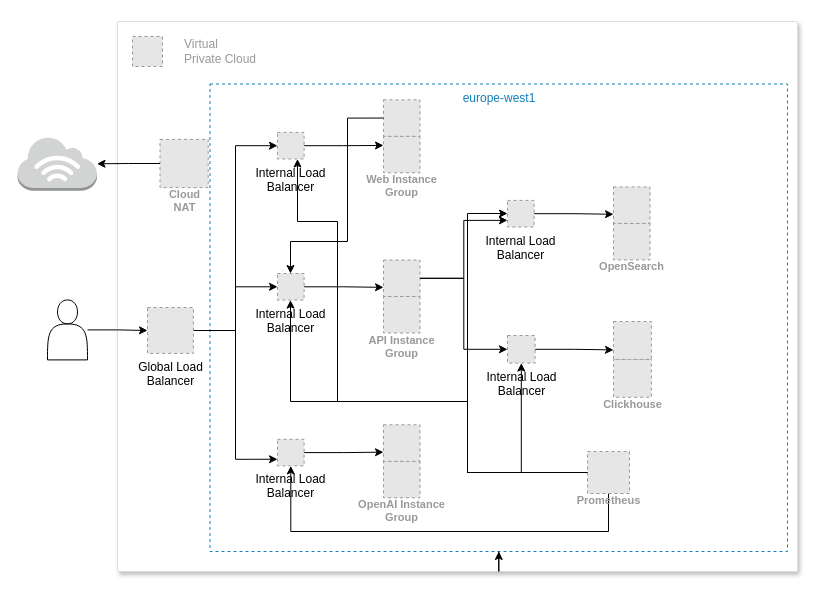
The draw.io diagram docs/img/open_targets_platform_infrastructure.drawio in opentargets/terraform-google-opentargets-platform, before the edit. Source tidied: cells renumbered, new cells numbered last; positions are measured from the earlier drawing's top-left corner, leaving out a move shared by most shapes. Both pictures are drawn from the tidied source at 100%, with x=0, y=0 at pixel (17, 21). Pictures stored in the file or linked from it are replaced by grey dashed boxes.
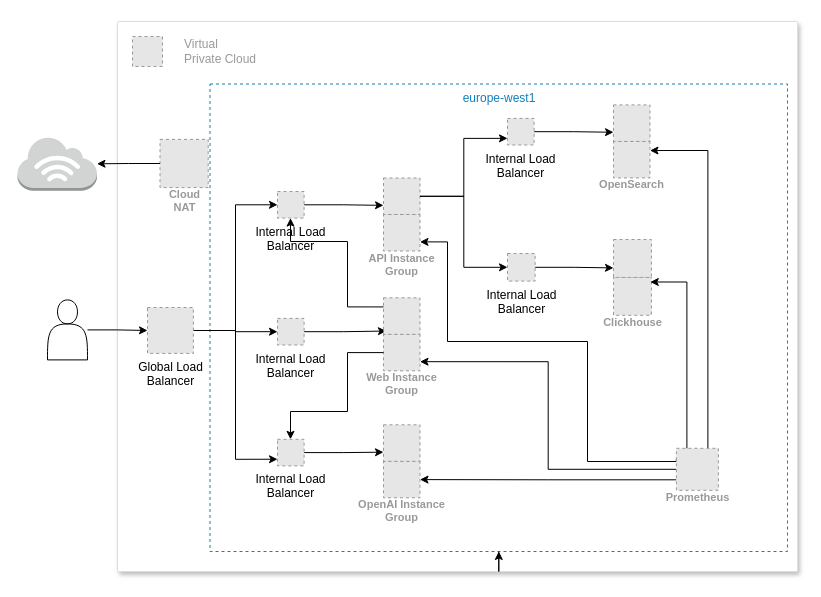
After the change.

Commit message (it also covers changes not shown here):
update infraestructure draw

The change refers to these unchanged cells:
```xml
<mxCell id="2" style="fillColor=#ffffff;strokeColor=#dddddd;shadow=1;strokeWidth=1;rounded=1;absoluteArcSize=1;arcSize=2;" parent="1" vertex="1">
  <mxGeometry x="100" width="680" height="550" as="geometry" />
</mxCell>
<mxCell id="13" value="&lt;div&gt;Internal Load&lt;/div&gt;&lt;div&gt;Balancer&lt;br&gt;&lt;/div&gt;" style="fillColor=#E6E6E6;strokeColor=#999999;dashed=1;html=1;verticalLabelPosition=bottom;labelBackgroundColor=#ffffff;verticalAlign=top;" parent="11" vertex="1">
  <mxGeometry y="13.5" width="26.6" height="26.6" as="geometry" />
</mxCell>
<mxCell id="15" value="&lt;div&gt;API Instance&lt;/div&gt;&lt;div&gt;Group&lt;/div&gt;" style="fillColor=#E6E6E6;strokeColor=#999999;dashed=1;html=1;verticalAlign=top;labelPosition=center;verticalLabelPosition=bottom;align=center;spacingTop=-6;fontSize=11;fontStyle=1;fontColor=#999999;" parent="14" vertex="1">
  <mxGeometry y="36.5" width="36.5" height="36.5" as="geometry" />
</mxCell>
<mxCell id="19" value="&lt;div&gt;Internal Load&lt;/div&gt;&lt;div&gt;Balancer&lt;br&gt;&lt;/div&gt;" style="fillColor=#E6E6E6;strokeColor=#999999;dashed=1;html=1;verticalLabelPosition=bottom;labelBackgroundColor=#ffffff;verticalAlign=top;" parent="17" vertex="1">
  <mxGeometry y="32.6" width="26.6" height="26.6" as="geometry" />
</mxCell>
<mxCell id="21" value="&lt;div&gt;Web Instance&lt;/div&gt;&lt;div&gt;Group&lt;/div&gt;" style="fillColor=#E6E6E6;strokeColor=#999999;dashed=1;html=1;verticalAlign=top;labelPosition=center;verticalLabelPosition=bottom;align=center;spacingTop=-6;fontSize=11;fontStyle=1;fontColor=#999999;" parent="20" vertex="1">
  <mxGeometry y="36.5" width="36.5" height="36.5" as="geometry" />
</mxCell>
<mxCell id="22" style="fillColor=#E6E6E6;strokeColor=#999999;dashed=1;html=1;verticalAlign=top;labelPosition=center;verticalLabelPosition=bottom;align=center;spacingTop=-6;fontSize=11;fontStyle=1;fontColor=#999999;" parent="20" vertex="1">
  <mxGeometry width="36.5" height="36.5" as="geometry" />
</mxCell>
<mxCell id="25" value="&lt;div&gt;Internal Load&lt;/div&gt;&lt;div&gt;Balancer&lt;br&gt;&lt;/div&gt;" style="fillColor=#E6E6E6;strokeColor=#999999;dashed=1;html=1;verticalLabelPosition=bottom;labelBackgroundColor=#ffffff;verticalAlign=top;" parent="23" vertex="1">
  <mxGeometry y="14.5" width="26.6" height="26.6" as="geometry" />
</mxCell>
<mxCell id="27" value="&lt;div&gt;OpenAI Instance&lt;/div&gt;&lt;div&gt;Group&lt;/div&gt;" style="fillColor=#E6E6E6;strokeColor=#999999;dashed=1;html=1;verticalAlign=top;labelPosition=center;verticalLabelPosition=bottom;align=center;spacingTop=-6;fontSize=11;fontStyle=1;fontColor=#999999;" parent="26" vertex="1">
  <mxGeometry y="36.5" width="36.5" height="36.5" as="geometry" />
</mxCell>
<mxCell id="31" value="&lt;div&gt;Internal Load&lt;/div&gt;&lt;div&gt;Balancer&lt;br&gt;&lt;/div&gt;" style="fillColor=#E6E6E6;strokeColor=#999999;dashed=1;html=1;verticalLabelPosition=bottom;labelBackgroundColor=#ffffff;verticalAlign=top;" parent="29" vertex="1">
  <mxGeometry y="13.5" width="26.6" height="26.6" as="geometry" />
</mxCell>
<mxCell id="33" value="OpenSearch" style="fillColor=#E6E6E6;strokeColor=#999999;dashed=1;html=1;verticalAlign=top;labelPosition=center;verticalLabelPosition=bottom;align=center;spacingTop=-6;fontSize=11;fontStyle=1;fontColor=#999999;" parent="32" vertex="1">
  <mxGeometry y="36.5" width="36.5" height="36.5" as="geometry" />
</mxCell>
<mxCell id="48" value="&lt;div&gt;Internal Load&lt;/div&gt;&lt;div&gt;Balancer&lt;br&gt;&lt;/div&gt;" style="fillColor=#E6E6E6;strokeColor=#999999;dashed=1;html=1;verticalLabelPosition=bottom;labelBackgroundColor=#ffffff;verticalAlign=top;" parent="46" vertex="1">
  <mxGeometry y="14" width="27.6" height="27.6" as="geometry" />
</mxCell>
<mxCell id="50" value="Clickhouse" style="fillColor=#E6E6E6;strokeColor=#999999;dashed=1;html=1;verticalAlign=top;labelPosition=center;verticalLabelPosition=bottom;align=center;spacingTop=-6;fontSize=11;fontStyle=1;fontColor=#999999;" parent="49" vertex="1">
  <mxGeometry y="37.9" width="37.9" height="37.9" as="geometry" />
</mxCell>
```

Diff of the diagram source:
```diff
@@
     <mxCell id="11" style="group;" parent="2" vertex="1">
-      <mxGeometry x="160" y="238.5" width="143.9" height="73.1" as="geometry" />
+      <mxGeometry x="160" y="156.5" width="143.9" height="73.1" as="geometry" />
     </mxCell>
@@
     <mxCell id="17" style="group;" parent="2" vertex="1">
-      <mxGeometry x="160" y="78.3" width="143.9" height="73.1" as="geometry" />
+      <mxGeometry x="160" y="264.3" width="143.9" height="73.1" as="geometry" />
     </mxCell>
-    <mxCell id="18" style="edgeStyle=orthogonalEdgeStyle;rounded=0;jettySize=auto;html=1;entryX=0;entryY=0.25;entryDx=0;entryDy=0;" parent="17" edge="1" source="19" target="21">
+    <mxCell id="18" style="edgeStyle=orthogonalEdgeStyle;rounded=0;jettySize=auto;html=1;entryX=0.08;entryY=-0.089;entryDx=0;entryDy=0;entryPerimeter=0;" parent="17" edge="1" source="19" target="21">
       <mxGeometry relative="1" as="geometry" />
     </mxCell>
@@
     <mxCell id="20" style="group;" parent="17" vertex="1">
-      <mxGeometry x="106" width="37.9" height="73.1" as="geometry" />
+      <mxGeometry x="106" y="12" width="37.9" height="73.1" as="geometry" />
     </mxCell>
@@
     <mxCell id="29" style="group;" parent="2" vertex="1">
-      <mxGeometry x="390" y="165.4" width="143.9" height="73.1" as="geometry" />
+      <mxGeometry x="390" y="83.4" width="143.9" height="73.1" as="geometry" />
     </mxCell>
@@
-    <mxCell id="36" style="edgeStyle=orthogonalEdgeStyle;rounded=0;jettySize=auto;html=1;" parent="2" edge="1" source="40" target="31">
+    <mxCell id="36" style="edgeStyle=orthogonalEdgeStyle;rounded=0;jettySize=auto;html=1;entryX=1;entryY=0.25;entryDx=0;entryDy=0;exitX=0.75;exitY=0;exitDx=0;exitDy=0;" parent="2" edge="1" source="40" target="33">
       <mxGeometry relative="1" as="geometry">
         <Array as="points">
-          <mxPoint x="350" y="451" />
-          <mxPoint x="350" y="192" />
+          <mxPoint x="590" y="129" />
         </Array>
       </mxGeometry>
     </mxCell>
-    <mxCell id="37" style="edgeStyle=orthogonalEdgeStyle;rounded=0;jettySize=auto;html=1;entryX=0.5;entryY=1;entryDx=0;entryDy=0;" parent="2" edge="1" source="40" target="25">
-      <mxGeometry relative="1" as="geometry">
-        <Array as="points">
-          <mxPoint x="491" y="510" />
-          <mxPoint x="173" y="510" />
-        </Array>
-      </mxGeometry>
-    </mxCell>
-    <mxCell id="38" style="edgeStyle=orthogonalEdgeStyle;rounded=0;jettySize=auto;html=1;" parent="2" edge="1" source="40" target="13">
-      <mxGeometry relative="1" as="geometry">
-        <Array as="points">
-          <mxPoint x="350" y="451" />
-          <mxPoint x="350" y="380" />
-          <mxPoint x="173" y="380" />
-        </Array>
-      </mxGeometry>
-    </mxCell>
-    <mxCell id="39" style="edgeStyle=orthogonalEdgeStyle;rounded=0;jettySize=auto;html=1;" parent="2" edge="1" source="40" target="19">
-      <mxGeometry relative="1" as="geometry">
-        <Array as="points">
-          <mxPoint x="350" y="451" />
-          <mxPoint x="350" y="380" />
-          <mxPoint x="220" y="380" />
-          <mxPoint x="220" y="200" />
-          <mxPoint x="180" y="200" />
-        </Array>
-      </mxGeometry>
-    </mxCell>
+    <mxCell id="54" style="edgeStyle=orthogonalEdgeStyle;rounded=0;jettySize=auto;html=1;exitX=0;exitY=0.75;exitDx=0;exitDy=0;" parent="2" edge="1" source="40" target="27">
+      <mxGeometry relative="1" as="geometry" />
+    </mxCell>
+    <mxCell id="55" style="edgeStyle=orthogonalEdgeStyle;rounded=0;jettySize=auto;html=1;entryX=1;entryY=0.75;entryDx=0;entryDy=0;" parent="2" edge="1" source="40" target="21">
+      <mxGeometry relative="1" as="geometry" />
+    </mxCell>
+    <mxCell id="56" style="edgeStyle=orthogonalEdgeStyle;rounded=0;jettySize=auto;html=1;entryX=1;entryY=0.75;entryDx=0;entryDy=0;exitX=0;exitY=0.25;exitDx=0;exitDy=0;" parent="2" edge="1" source="40" target="15">
+      <mxGeometry relative="1" as="geometry">
+        <Array as="points">
+          <mxPoint x="559" y="440" />
+          <mxPoint x="470" y="440" />
+          <mxPoint x="470" y="320" />
+          <mxPoint x="330" y="320" />
+          <mxPoint x="330" y="220" />
+        </Array>
+      </mxGeometry>
+    </mxCell>
     <mxCell id="40" value="Prometheus" style="fillColor=#E6E6E6;strokeColor=#999999;dashed=1;html=1;verticalAlign=top;labelPosition=center;verticalLabelPosition=bottom;align=center;spacingTop=-6;fontSize=11;fontStyle=1;fontColor=#999999;" parent="2" vertex="1">
-      <mxGeometry x="470" y="430" width="42" height="42" as="geometry" />
+      <mxGeometry x="558.9" y="426.8" width="42" height="42" as="geometry" />
     </mxCell>
-    <mxCell id="41" style="edgeStyle=orthogonalEdgeStyle;rounded=0;jettySize=auto;html=1;exitX=0;exitY=0.5;exitDx=0;exitDy=0;" parent="2" edge="1" source="22" target="13">
+    <mxCell id="41" style="edgeStyle=orthogonalEdgeStyle;rounded=0;jettySize=auto;html=1;exitX=0;exitY=0.25;exitDx=0;exitDy=0;" parent="2" edge="1" source="22" target="13">
       <mxGeometry relative="1" as="geometry">
         <Array as="points">
-          <mxPoint x="230" y="97" />
+          <mxPoint x="230" y="286" />
           <mxPoint x="230" y="220" />
           <mxPoint x="173" y="220" />
         </Array>
       </mxGeometry>
     </mxCell>
+    <mxCell id="57" style="edgeStyle=orthogonalEdgeStyle;rounded=0;jettySize=auto;html=1;" parent="2" edge="1" source="21" target="25">
+      <mxGeometry relative="1" as="geometry">
+        <Array as="points">
+          <mxPoint x="230" y="331" />
+          <mxPoint x="230" y="390" />
+          <mxPoint x="173" y="390" />
+        </Array>
+      </mxGeometry>
+    </mxCell>
@@
     <mxCell id="46" style="group;" parent="1" vertex="1">
-      <mxGeometry x="490" y="300" width="143.9" height="75.7" as="geometry" />
+      <mxGeometry x="490" y="218" width="143.9" height="75.7" as="geometry" />
     </mxCell>
@@
-    <mxCell id="53" style="edgeStyle=orthogonalEdgeStyle;rounded=0;jettySize=auto;html=1;" parent="1" edge="1" source="40" target="48">
-      <mxGeometry relative="1" as="geometry" />
-    </mxCell>
+    <mxCell id="58" style="edgeStyle=orthogonalEdgeStyle;rounded=0;jettySize=auto;html=1;exitX=0.25;exitY=0;exitDx=0;exitDy=0;entryX=0.97;entryY=0.121;entryDx=0;entryDy=0;entryPerimeter=0;" parent="1" edge="1" source="40" target="50">
+      <mxGeometry relative="1" as="geometry">
+        <Array as="points">
+          <mxPoint x="669" y="260" />
+        </Array>
+      </mxGeometry>
+    </mxCell>
```
